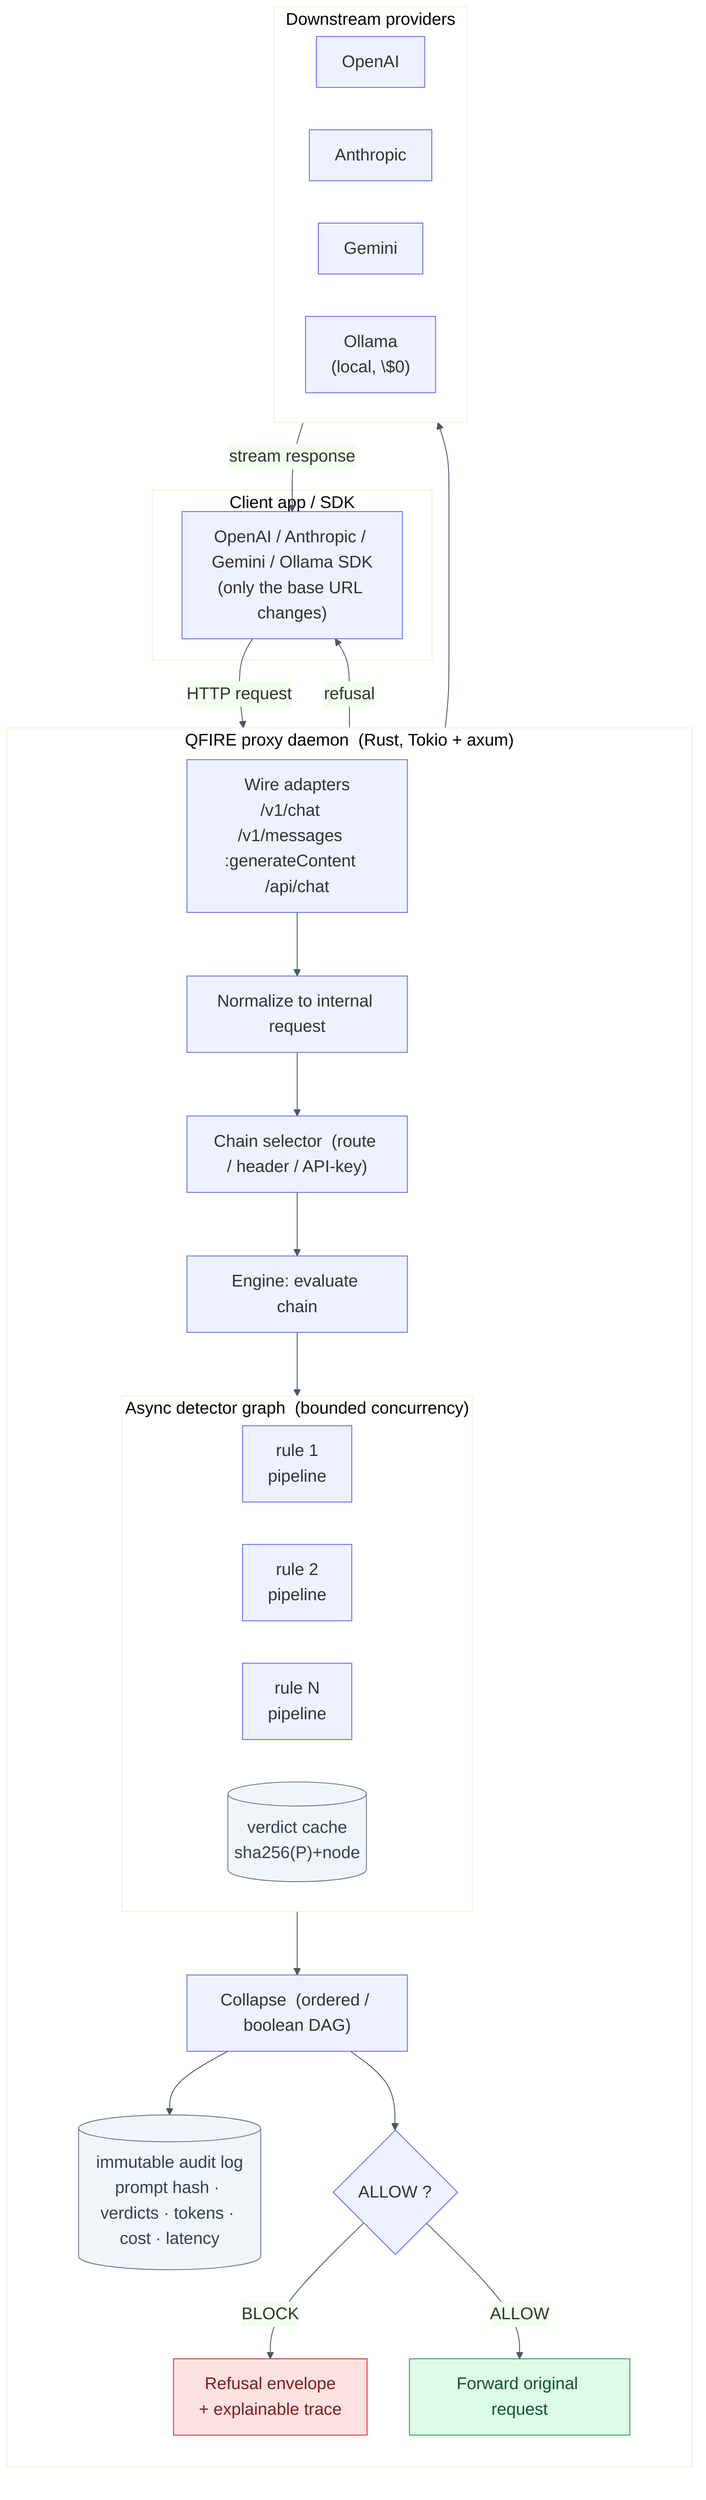
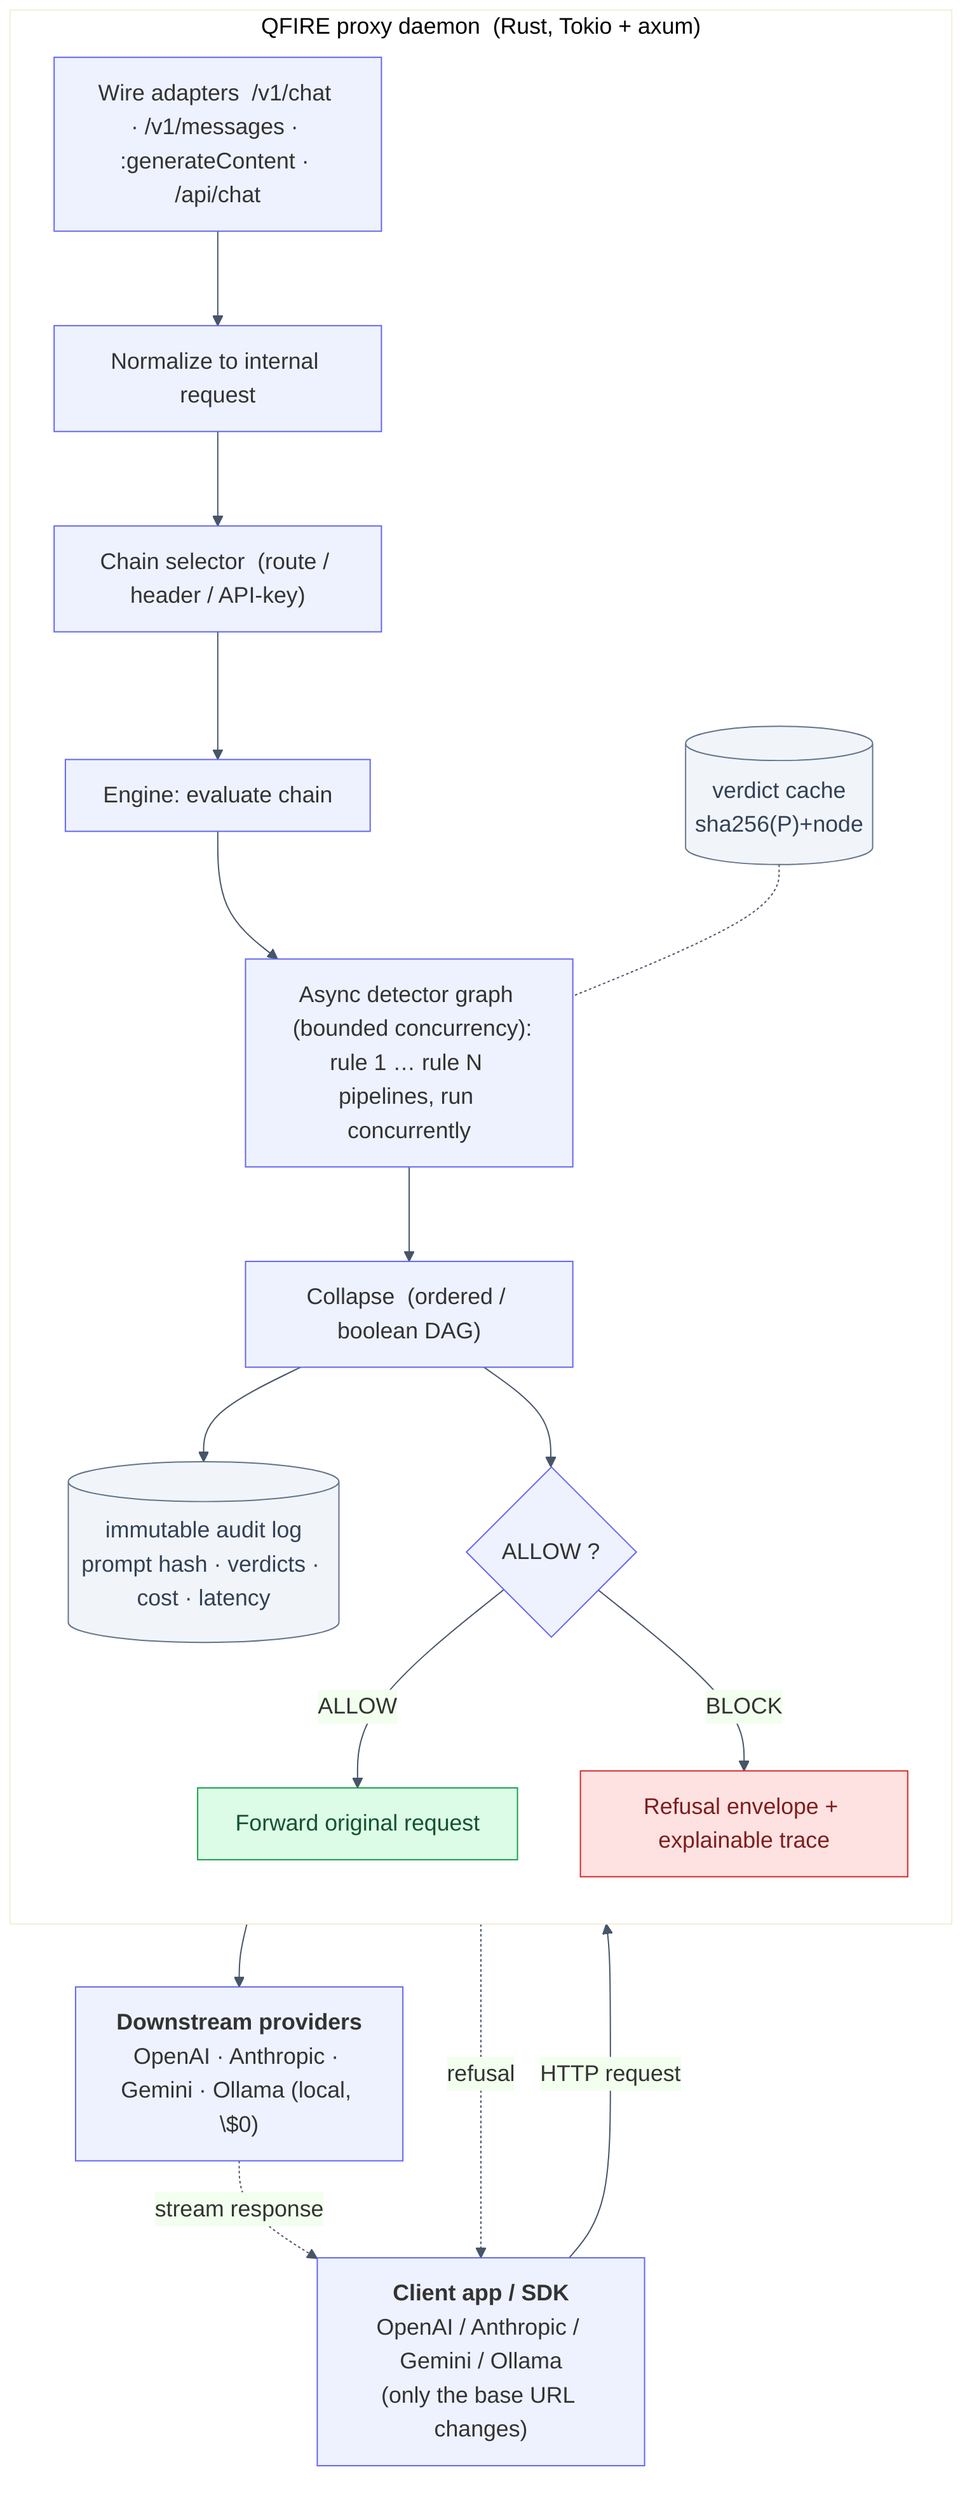
- %%{init: {'theme':'base','themeVariables':{'fontSize':'20px','primaryColor':'#eef2ff','primaryBorderColor':'#6366f1','lineColor':'#475569'}}}%%
+ %%{init: {'theme':'base','themeVariables':{'fontSize':'18px','primaryColor':'#eef2ff','primaryBorderColor':'#6366f1','lineColor':'#475569'}}}%%
flowchart TB
-     subgraph CLIENT["Client app / SDK"]
-       SDK["OpenAI / Anthropic / Gemini / Ollama SDK<br/>(only the base URL changes)"]
-     end
- 
-     SDK -->|"HTTP request"| IN
+     CLIENT["<b>Client app / SDK</b><br/>OpenAI / Anthropic / Gemini / Ollama<br/>(only the base URL changes)"]
+     CLIENT -->|"HTTP request"| IN

    subgraph QFIRE["QFIRE proxy daemon &nbsp;(Rust, Tokio + axum)"]
      direction TB
-       IN["Wire adapters<br/>/v1/chat &nbsp; /v1/messages &nbsp; :generateContent &nbsp; /api/chat"]
+       IN["Wire adapters &nbsp;/v1/chat &middot; /v1/messages &middot; :generateContent &middot; /api/chat"]
      IN --> NORM["Normalize to internal request"]
      NORM --> SEL["Chain selector &nbsp;(route / header / API-key)"]
      SEL --> ENG["Engine: evaluate chain"]
- 
-       subgraph ENG2["Async detector graph &nbsp;(bounded concurrency)"]
-         direction LR
-         R1["rule 1<br/>pipeline"]
-         R2["rule 2<br/>pipeline"]
-         R3["rule N<br/>pipeline"]
-         CACHE[("verdict cache<br/>sha256(P)+node")]
-       end
-       ENG --> ENG2
-       ENG2 --> COL["Collapse &nbsp;(ordered / boolean DAG)"]
-       COL --> AUD[("immutable audit log<br/>prompt hash &middot; verdicts &middot; tokens &middot; cost &middot; latency")]
+       ENG --> DG["Async detector graph &nbsp;(bounded concurrency):<br/>rule 1 &hellip; rule N pipelines, run concurrently"]
+       CACHE[("verdict cache<br/>sha256(P)+node")] -.- DG
+       DG --> COL["Collapse &nbsp;(ordered / boolean DAG)"]
+       COL --> AUD[("immutable audit log<br/>prompt hash &middot; verdicts &middot; cost &middot; latency")]
      COL --> DEC{"ALLOW ?"}
-       DEC -- "BLOCK" --> REF["Refusal envelope<br/>+ explainable trace"]
      DEC -- "ALLOW" --> FWD["Forward original request"]
+       DEC -- "BLOCK" --> REF["Refusal envelope + explainable trace"]
    end

-     FWD --> PROV
- 
-     subgraph PROV["Downstream providers"]
-       direction LR
-       OAI["OpenAI"]
-       ANT["Anthropic"]
-       GEM["Gemini"]
-       OLL["Ollama<br/>(local, \$0)"]
-     end
- 
-     PROV -->|"stream response"| SDK
-     REF -->|"refusal"| SDK
+     FWD --> PROV["<b>Downstream providers</b><br/>OpenAI &middot; Anthropic &middot; Gemini &middot; Ollama (local, \$0)"]
+     PROV -.->|"stream response"| CLIENT
+     REF -.->|"refusal"| CLIENT

    classDef block fill:#fee2e2,stroke:#dc2626,color:#7f1d1d;
    classDef allow fill:#dcfce7,stroke:#16a34a,color:#14532d;
    classDef store fill:#f1f5f9,stroke:#64748b,color:#334155;
    class REF block; class FWD allow;
    class CACHE,AUD store;
